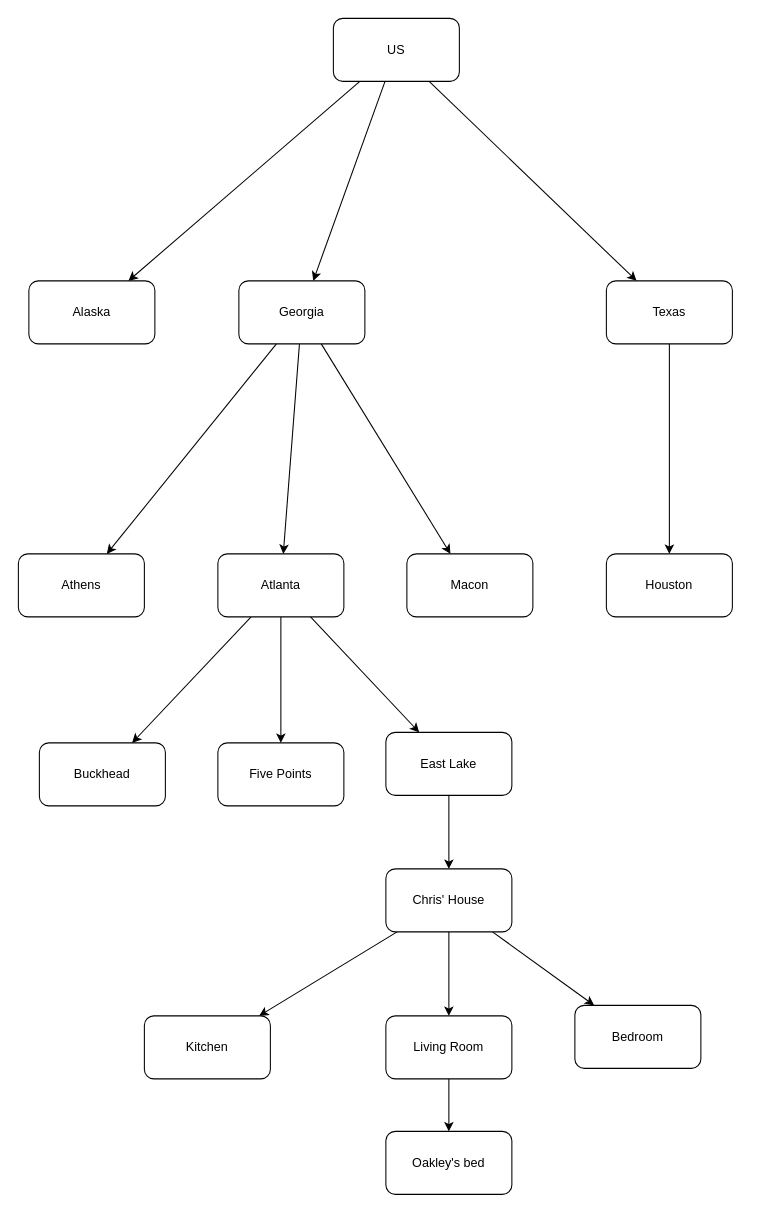
This is 02-json-obj-arrays/state-city-neighborhood-house.drawio from robfoss/React-Express1, a draw.io file, before an edit. Source tidied: cells renumbered, new cells numbered last; positions are measured from the earlier drawing's top-left corner, leaving out a move shared by most shapes. Both pictures are drawn from the tidied source at 105%, with x=0, y=0 at pixel (18, 18).
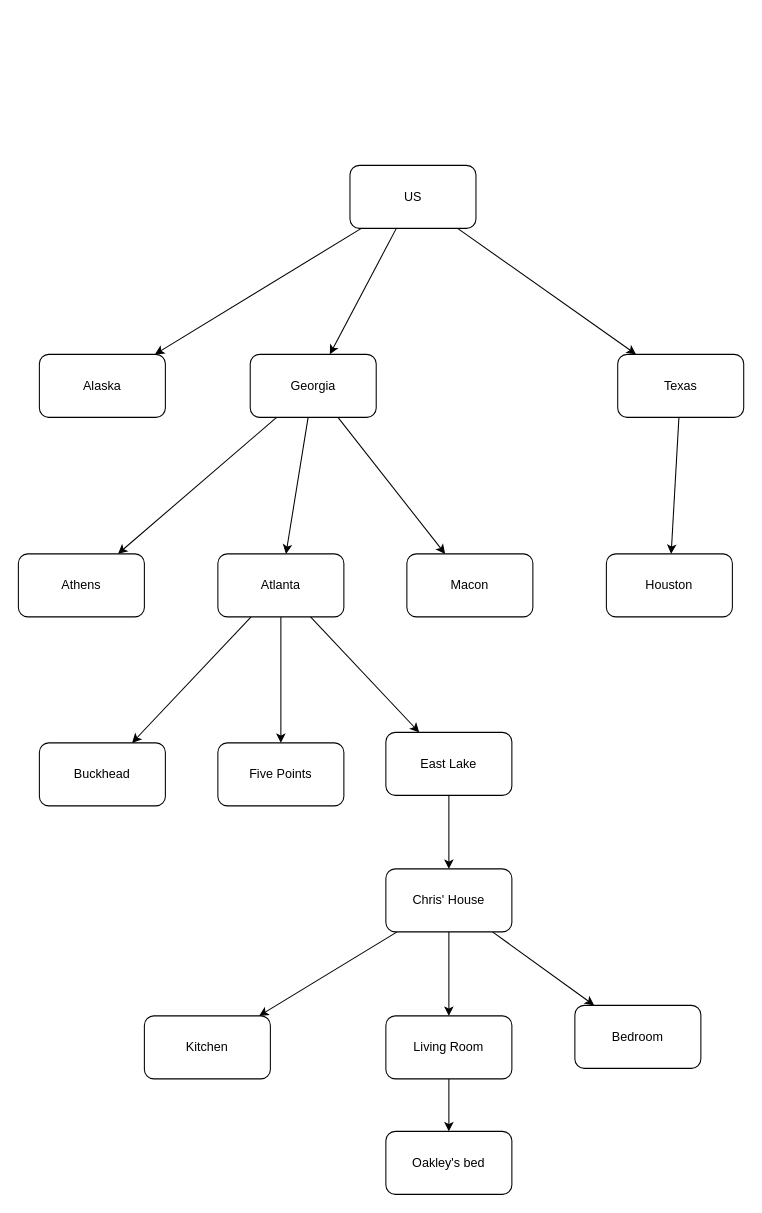
Above is the later version.

Change to the diagram source:
```diff
@@
-    <mxCell id="2" style="rounded=0;jettySize=auto;html=1;" parent="1" edge="1" source="5" target="6">
-      <mxGeometry relative="1" as="geometry" />
+    <mxCell id="2" style="rounded=0;jettySize=auto;html=1;" parent="1" edge="1" source="5">
+      <mxGeometry relative="1" as="geometry">
+        <mxPoint x="130" y="320" as="targetPoint" />
+      </mxGeometry>
     </mxCell>
@@
     <mxCell id="5" value="US" style="rounded=1;whiteSpace=wrap;html=1;" parent="1" vertex="1">
-      <mxGeometry x="300" width="120" height="60" as="geometry" />
+      <mxGeometry x="315.8" y="140" width="120" height="60" as="geometry" />
     </mxCell>
     <mxCell id="6" value="Alaska" style="rounded=1;whiteSpace=wrap;html=1;" parent="1" vertex="1">
-      <mxGeometry x="10" y="250" width="120" height="60" as="geometry" />
+      <mxGeometry x="20" y="320" width="120" height="60" as="geometry" />
     </mxCell>
@@
     <mxCell id="10" value="Georgia" style="rounded=1;whiteSpace=wrap;html=1;" parent="1" vertex="1">
-      <mxGeometry x="210" y="250" width="120" height="60" as="geometry" />
+      <mxGeometry x="220.8" y="320" width="120" height="60" as="geometry" />
     </mxCell>
@@
     <mxCell id="12" value="Texas" style="rounded=1;whiteSpace=wrap;html=1;" parent="1" vertex="1">
-      <mxGeometry x="560" y="250" width="120" height="60" as="geometry" />
+      <mxGeometry x="570.8" y="320" width="120" height="60" as="geometry" />
     </mxCell>
```
